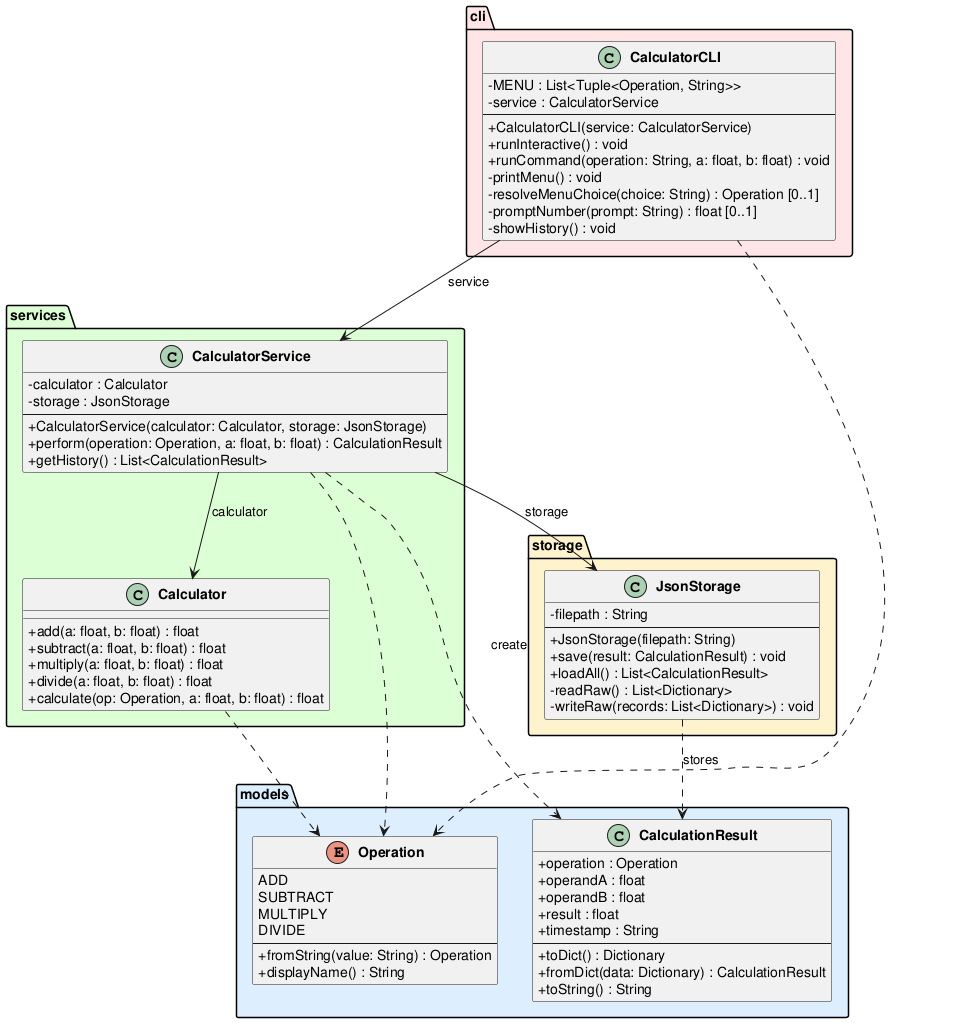
Before: experiments/supervisor_as_tools/user_stories/calculator/artifacts/class_diagram.png, a diagram exported from PlantUML (DanielRiha8906/Software_autoevolution_using_agents).
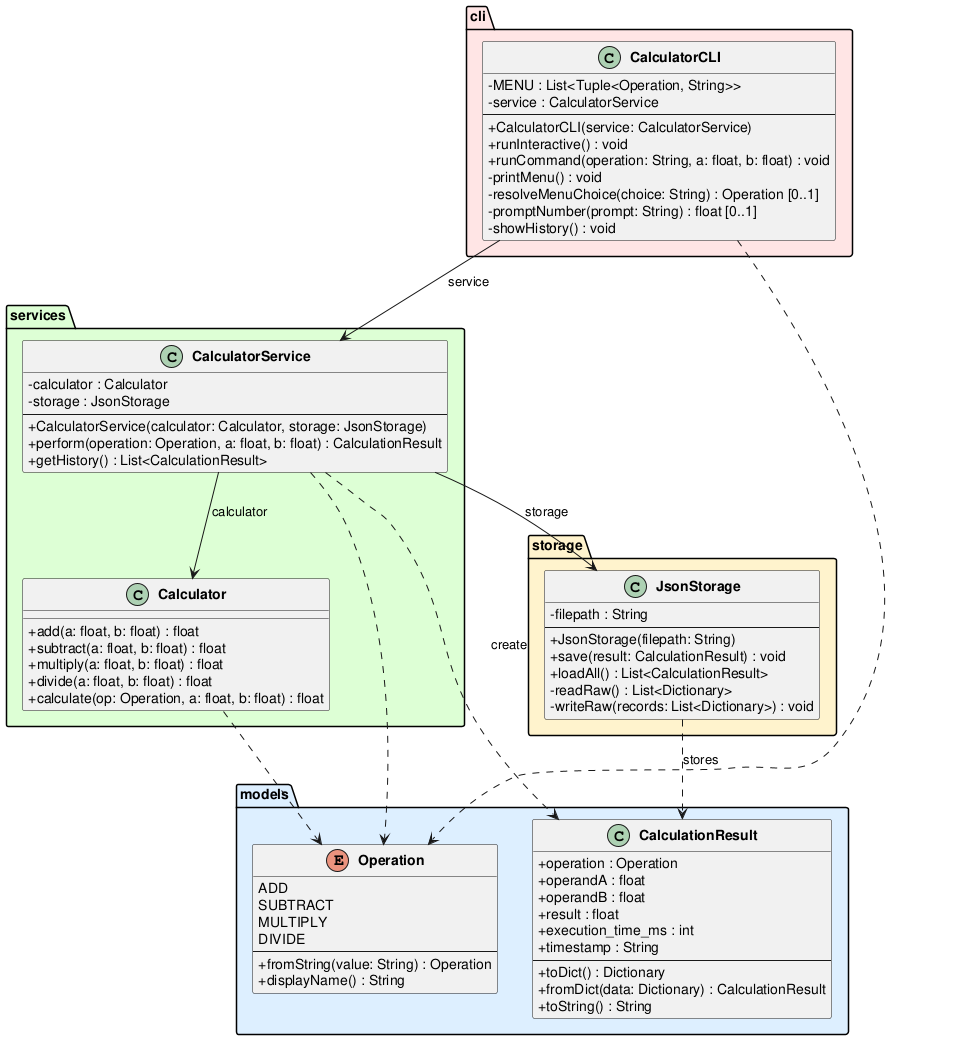
The same file after the commit.

Diff of the diagram source:
```diff
@@ -19,6 +19,7 @@
         +operandA : float
         +operandB : float
         +result : float
+        +execution_time_ms : int
         +timestamp : String
         --
         +toDict() : Dictionary
```
